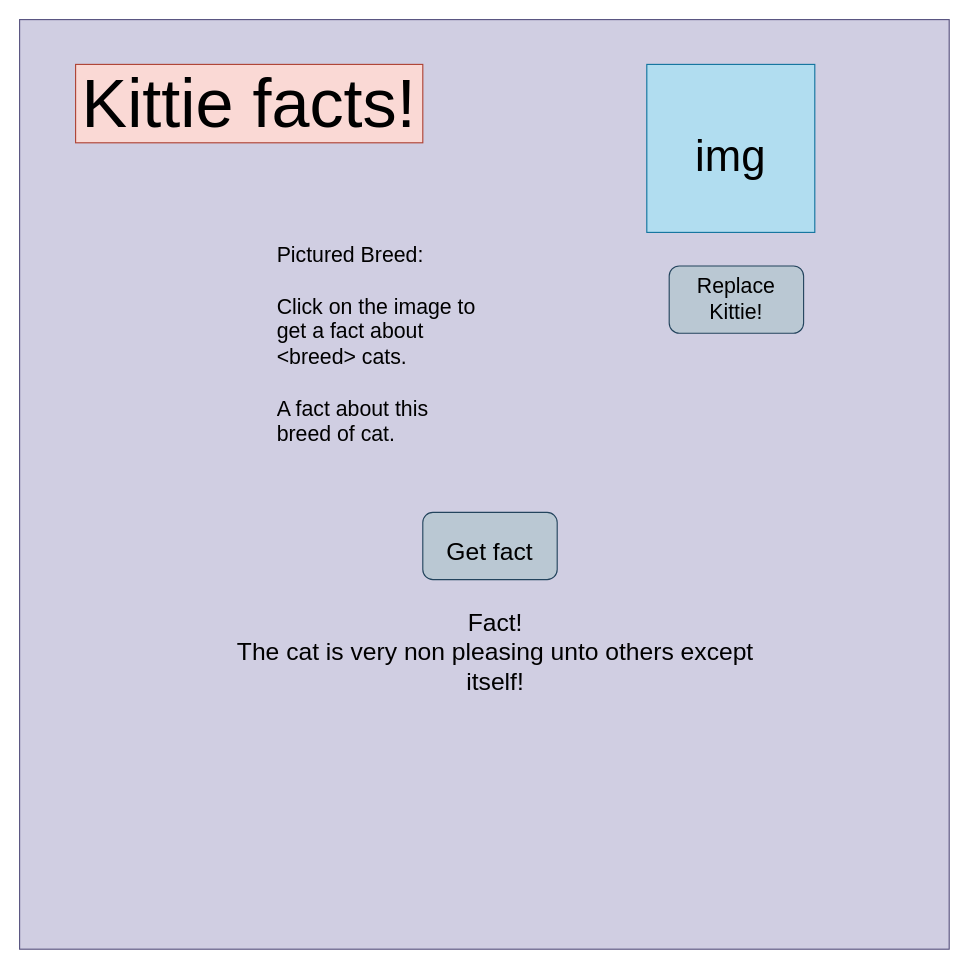
The draw.io diagram catFactsWireframe.drawio in ellis8555/cat-facts, before the edit. Source tidied: cells renumbered, new cells numbered last; positions are measured from the earlier drawing's top-left corner, leaving out a move shared by most shapes. Both pictures are drawn from the tidied source at 112%, with x=0, y=0 at pixel (19, 19).
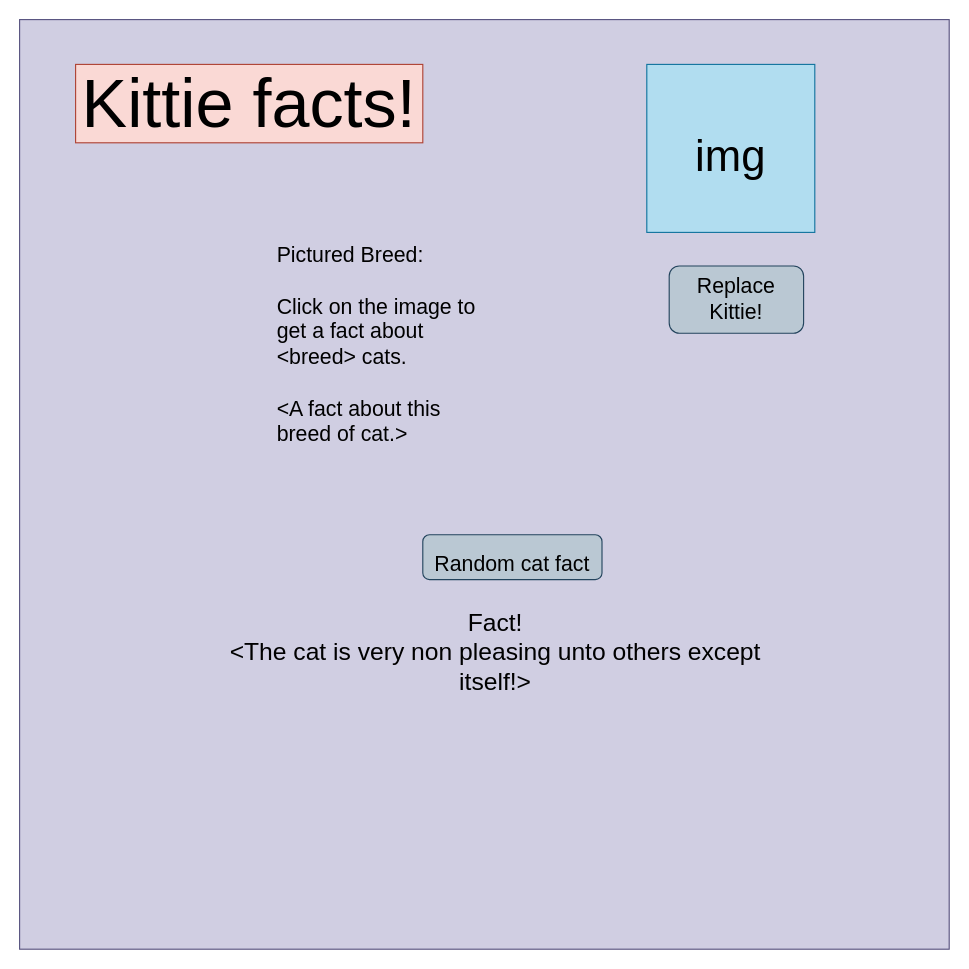
After the change.

What changed in the source:
```diff
@@
 <mxGraphModel>
   <root>
     <mxCell id="0" />
     <mxCell id="1" parent="0" />
     <mxCell id="2" style="whiteSpace=wrap;html=1;fillColor=#d0cee2;strokeColor=#56517e;fontSize=17;" parent="1" vertex="1">
       <mxGeometry width="830" height="830" as="geometry" />
     </mxCell>
     <mxCell id="3" value="&lt;font style=&quot;font-size: 61px;&quot;&gt;Kittie facts!&lt;/font&gt;" style="text;html=1;align=center;verticalAlign=middle;whiteSpace=wrap;rounded=0;fillColor=#fad9d5;strokeColor=#ae4132;" parent="1" vertex="1">
       <mxGeometry x="50" y="40" width="310" height="70" as="geometry" />
     </mxCell>
     <mxCell id="4" value="&lt;font style=&quot;font-size: 39px;&quot;&gt;img&lt;/font&gt;" style="whiteSpace=wrap;html=1;fontSize=61;fillColor=#b1ddf0;strokeColor=#10739e;" parent="1" vertex="1">
       <mxGeometry x="560" y="40" width="150" height="150" as="geometry" />
     </mxCell>
-    <mxCell id="5" value="&lt;font style=&quot;font-size: 22px;&quot;&gt;Get fact&lt;/font&gt;" style="rounded=1;whiteSpace=wrap;html=1;fontSize=39;fillColor=#bac8d3;strokeColor=#23445d;" parent="1" vertex="1">
-      <mxGeometry x="360" y="440" width="120" height="60" as="geometry" />
+    <mxCell id="5" value="&lt;font style=&quot;font-size: 19px;&quot;&gt;Random cat fact&lt;/font&gt;" style="rounded=1;whiteSpace=wrap;html=1;fontSize=39;fillColor=#bac8d3;strokeColor=#23445d;" parent="1" vertex="1">
+      <mxGeometry x="360" y="460" width="160" height="40" as="geometry" />
     </mxCell>
-    <mxCell id="6" value="&lt;div&gt;Fact!&lt;br&gt;&lt;/div&gt;&lt;div&gt;The cat is very non pleasing unto others except itself!&lt;/div&gt;" style="text;html=1;strokeColor=none;fillColor=none;align=center;verticalAlign=middle;whiteSpace=wrap;rounded=0;fontSize=22;" parent="1" vertex="1">
+    <mxCell id="6" value="&lt;div&gt;Fact!&lt;br&gt;&lt;/div&gt;&lt;div&gt;&amp;lt;The cat is very non pleasing unto others except itself!&amp;gt;&lt;/div&gt;" style="text;html=1;strokeColor=none;fillColor=none;align=center;verticalAlign=middle;whiteSpace=wrap;rounded=0;fontSize=22;" parent="1" vertex="1">
       <mxGeometry x="170" y="520" width="510" height="90" as="geometry" />
     </mxCell>
     <mxCell id="7" value="&lt;div style=&quot;font-size: 19px;&quot;&gt;Replace&lt;/div&gt;&lt;div style=&quot;font-size: 19px;&quot;&gt;Kittie!&lt;br style=&quot;font-size: 19px;&quot;&gt;&lt;/div&gt;" style="rounded=1;whiteSpace=wrap;html=1;fillColor=#bac8d3;strokeColor=#23445d;strokeWidth=1;fontSize=19;fontStyle=0;" parent="1" vertex="1">
       <mxGeometry x="580" y="220" width="120" height="60" as="geometry" />
     </mxCell>
-    <mxCell id="8" value="&lt;div&gt;Pictured Breed:&lt;/div&gt;&lt;div&gt;&lt;br&gt;&lt;/div&gt;&lt;div&gt;Click on the image to get a fact about &amp;lt;breed&amp;gt; cats.&lt;/div&gt;&lt;div&gt;&lt;br&gt;&lt;/div&gt;&lt;div&gt;A fact about this breed of cat.&lt;br&gt;&lt;/div&gt;" style="text;html=1;strokeColor=none;fillColor=none;spacing=5;spacingTop=-20;whiteSpace=wrap;overflow=hidden;rounded=0;strokeWidth=1;fontSize=19;" parent="1" vertex="1">
+    <mxCell id="8" value="&lt;div&gt;Pictured Breed:&lt;/div&gt;&lt;div&gt;&lt;br&gt;&lt;/div&gt;&lt;div&gt;Click on the image to get a fact about &amp;lt;breed&amp;gt; cats.&lt;/div&gt;&lt;div&gt;&lt;br&gt;&lt;/div&gt;&lt;div&gt;&amp;lt;A fact about this breed of cat.&amp;gt;&lt;br&gt;&lt;/div&gt;" style="text;html=1;strokeColor=none;fillColor=none;spacing=5;spacingTop=-20;whiteSpace=wrap;overflow=hidden;rounded=0;strokeWidth=1;fontSize=19;" parent="1" vertex="1">
       <mxGeometry x="225" y="210" width="190" height="190" as="geometry" />
     </mxCell>
   </root>
 </mxGraphModel>
```
